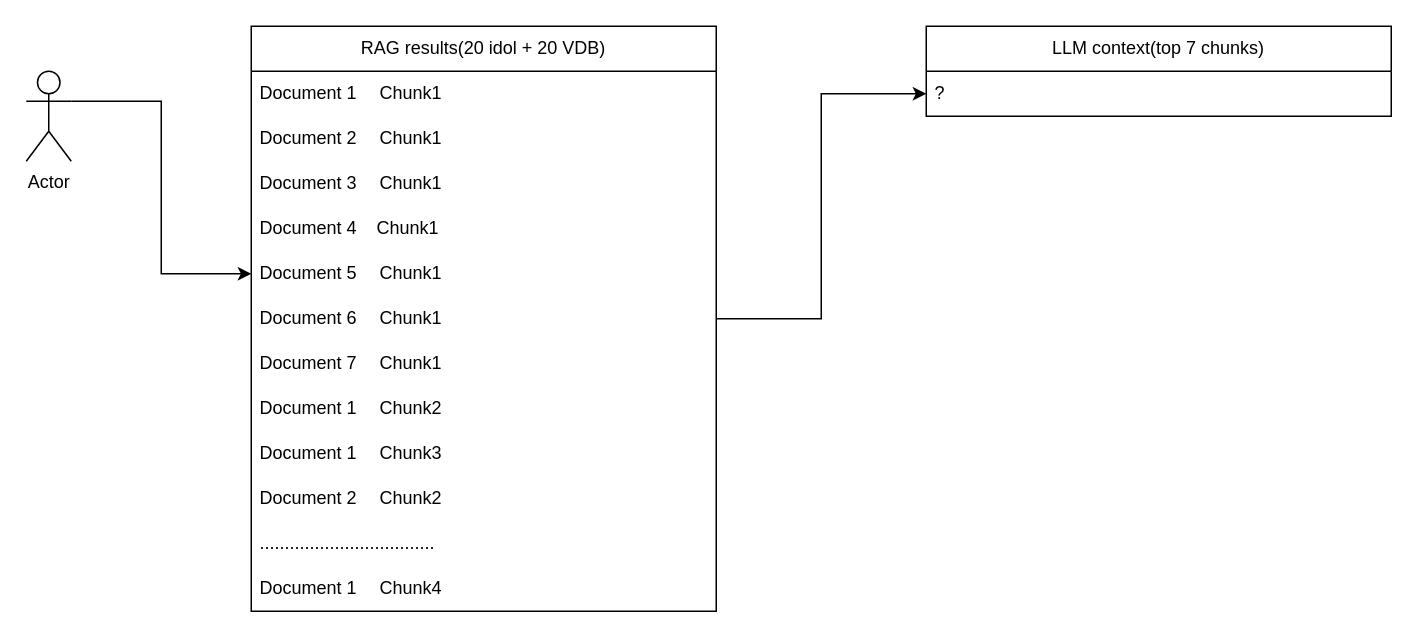
Before: LLM/chunks.drawio in Ice-YcY/Diagram, a draw.io diagram. Source tidied: cells renumbered, new cells numbered last; positions are measured from the earlier drawing's top-left corner, leaving out a move shared by most shapes. Both pictures are drawn from the tidied source at 150%, with x=0, y=0 at pixel (26, 26).
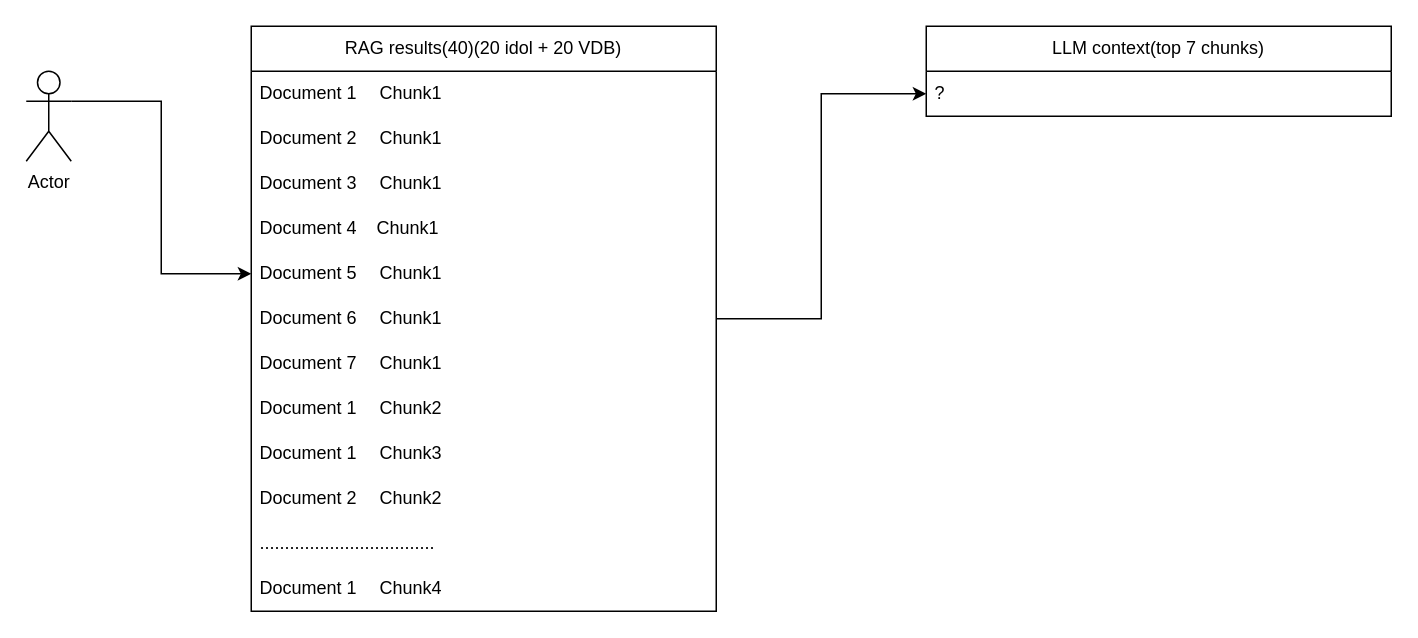
The same diagram, later.

Diff of the diagram source:
```diff
@@
 <mxGraphModel>
   <root>
     <mxCell id="0" />
     <mxCell id="1" parent="0" />
     <mxCell id="2" style="edgeStyle=orthogonalEdgeStyle;rounded=0;jettySize=auto;html=1;exitX=1;exitY=0.3333333333333333;exitDx=0;exitDy=0;exitPerimeter=0;entryX=0;entryY=0.5;entryDx=0;entryDy=0;" parent="1" edge="1" source="3" target="9">
       <mxGeometry relative="1" as="geometry" />
     </mxCell>
     <mxCell id="3" value="Actor" style="shape=umlActor;verticalLabelPosition=bottom;verticalAlign=top;html=1;outlineConnect=0;" parent="1" vertex="1">
       <mxGeometry y="30" width="30" height="60" as="geometry" />
     </mxCell>
-    <mxCell id="4" value="RAG results(20 idol + 20 VDB)" style="swimlane;fontStyle=0;horizontal=1;startSize=30;whiteSpace=wrap;html=1;" parent="1" vertex="1">
+    <mxCell id="4" value="RAG results(40)(20 idol + 20 VDB)" style="swimlane;fontStyle=0;horizontal=1;startSize=30;whiteSpace=wrap;html=1;" parent="1" vertex="1">
       <mxGeometry x="150" width="310" height="390" as="geometry" />
     </mxCell>
     <mxCell id="5" value="Document 1&lt;span style=&quot;white-space:pre&quot;&gt;&#9;&lt;/span&gt;Chunk1" style="text;strokeColor=none;fillColor=none;align=left;verticalAlign=middle;spacingLeft=4;spacingRight=4;overflow=hidden;whiteSpace=wrap;html=1;" parent="4" vertex="1">
       <mxGeometry y="30" width="310" height="30" as="geometry" />
     </mxCell>
     <mxCell id="6" value="Document 2&lt;span style=&quot;white-space:pre&quot;&gt;&#9;&lt;/span&gt;Chunk1" style="text;strokeColor=none;fillColor=none;align=left;verticalAlign=middle;spacingLeft=4;spacingRight=4;overflow=hidden;whiteSpace=wrap;html=1;" parent="4" vertex="1">
       <mxGeometry y="60" width="310" height="30" as="geometry" />
     </mxCell>
     <mxCell id="7" value="Document 3&lt;span style=&quot;white-space:pre&quot;&gt;&#9;&lt;/span&gt;Chunk1" style="text;strokeColor=none;fillColor=none;align=left;verticalAlign=middle;spacingLeft=4;spacingRight=4;overflow=hidden;whiteSpace=wrap;html=1;" parent="4" vertex="1">
       <mxGeometry y="90" width="310" height="30" as="geometry" />
     </mxCell>
     <mxCell id="8" value="Document 4    Chunk1" style="text;strokeColor=none;fillColor=none;align=left;verticalAlign=middle;spacingLeft=4;spacingRight=4;overflow=hidden;whiteSpace=wrap;html=1;" parent="4" vertex="1">
       <mxGeometry y="120" width="310" height="30" as="geometry" />
     </mxCell>
     <mxCell id="9" value="Document 5&lt;span style=&quot;white-space:pre&quot;&gt;&#9;&lt;/span&gt;Chunk1" style="text;strokeColor=none;fillColor=none;align=left;verticalAlign=middle;spacingLeft=4;spacingRight=4;overflow=hidden;points=[[0,0.5],[1,0.5]];portConstraint=eastwest;whiteSpace=wrap;html=1;" parent="4" vertex="1">
       <mxGeometry y="150" width="310" height="30" as="geometry" />
     </mxCell>
     <mxCell id="10" value="Document 6&lt;span style=&quot;white-space:pre&quot;&gt;&#9;&lt;/span&gt;Chunk1" style="text;strokeColor=none;fillColor=none;align=left;verticalAlign=middle;spacingLeft=4;spacingRight=4;overflow=hidden;points=[[0,0.5],[1,0.5]];portConstraint=eastwest;whiteSpace=wrap;html=1;" parent="4" vertex="1">
       <mxGeometry y="180" width="310" height="30" as="geometry" />
     </mxCell>
     <mxCell id="11" value="Document 7&lt;span style=&quot;white-space:pre&quot;&gt;&#9;&lt;/span&gt;Chunk1" style="text;strokeColor=none;fillColor=none;align=left;verticalAlign=middle;spacingLeft=4;spacingRight=4;overflow=hidden;whiteSpace=wrap;html=1;" parent="4" vertex="1">
       <mxGeometry y="210" width="310" height="30" as="geometry" />
     </mxCell>
     <mxCell id="12" value="Document 1&lt;span style=&quot;white-space:pre&quot;&gt;&#9;&lt;/span&gt;Chunk2" style="text;strokeColor=none;fillColor=none;align=left;verticalAlign=middle;spacingLeft=4;spacingRight=4;overflow=hidden;whiteSpace=wrap;html=1;" parent="4" vertex="1">
       <mxGeometry y="240" width="310" height="30" as="geometry" />
     </mxCell>
     <mxCell id="13" value="Document 1&lt;span style=&quot;white-space:pre&quot;&gt;&#9;&lt;/span&gt;Chunk3" style="text;strokeColor=none;fillColor=none;align=left;verticalAlign=middle;spacingLeft=4;spacingRight=4;overflow=hidden;whiteSpace=wrap;html=1;" parent="4" vertex="1">
       <mxGeometry y="270" width="310" height="30" as="geometry" />
     </mxCell>
     <mxCell id="14" value="Document 2&lt;span style=&quot;white-space:pre&quot;&gt;&#9;&lt;/span&gt;Chunk2" style="text;strokeColor=none;fillColor=none;align=left;verticalAlign=middle;spacingLeft=4;spacingRight=4;overflow=hidden;whiteSpace=wrap;html=1;" parent="4" vertex="1">
       <mxGeometry y="300" width="310" height="30" as="geometry" />
     </mxCell>
     <mxCell id="15" value="..................................." style="text;strokeColor=none;fillColor=none;align=left;verticalAlign=middle;spacingLeft=4;spacingRight=4;overflow=hidden;whiteSpace=wrap;html=1;" parent="4" vertex="1">
       <mxGeometry y="330" width="310" height="30" as="geometry" />
     </mxCell>
     <mxCell id="16" value="Document 1&lt;span style=&quot;white-space: pre;&quot;&gt;&#9;&lt;/span&gt;Chunk4" style="text;strokeColor=none;fillColor=none;align=left;verticalAlign=middle;spacingLeft=4;spacingRight=4;overflow=hidden;whiteSpace=wrap;html=1;" parent="4" vertex="1">
       <mxGeometry y="360" width="310" height="30" as="geometry" />
     </mxCell>
     <mxCell id="17" value="LLM context(top 7 chunks)" style="swimlane;fontStyle=0;horizontal=1;startSize=30;whiteSpace=wrap;html=1;" parent="1" vertex="1">
       <mxGeometry x="600" width="310" height="60" as="geometry" />
     </mxCell>
     <mxCell id="18" value="?" style="text;strokeColor=none;fillColor=none;align=left;verticalAlign=middle;spacingLeft=4;spacingRight=4;overflow=hidden;points=[[0,0.5],[1,0.5]];portConstraint=eastwest;whiteSpace=wrap;html=1;" parent="17" vertex="1">
       <mxGeometry y="30" width="310" height="30" as="geometry" />
     </mxCell>
     <mxCell id="19" style="edgeStyle=orthogonalEdgeStyle;rounded=0;jettySize=auto;html=1;exitX=1;exitY=0.5;exitDx=0;exitDy=0;entryX=0;entryY=0.5;entryDx=0;entryDy=0;" parent="1" edge="1" source="10" target="18">
       <mxGeometry relative="1" as="geometry" />
     </mxCell>
   </root>
 </mxGraphModel>
```
